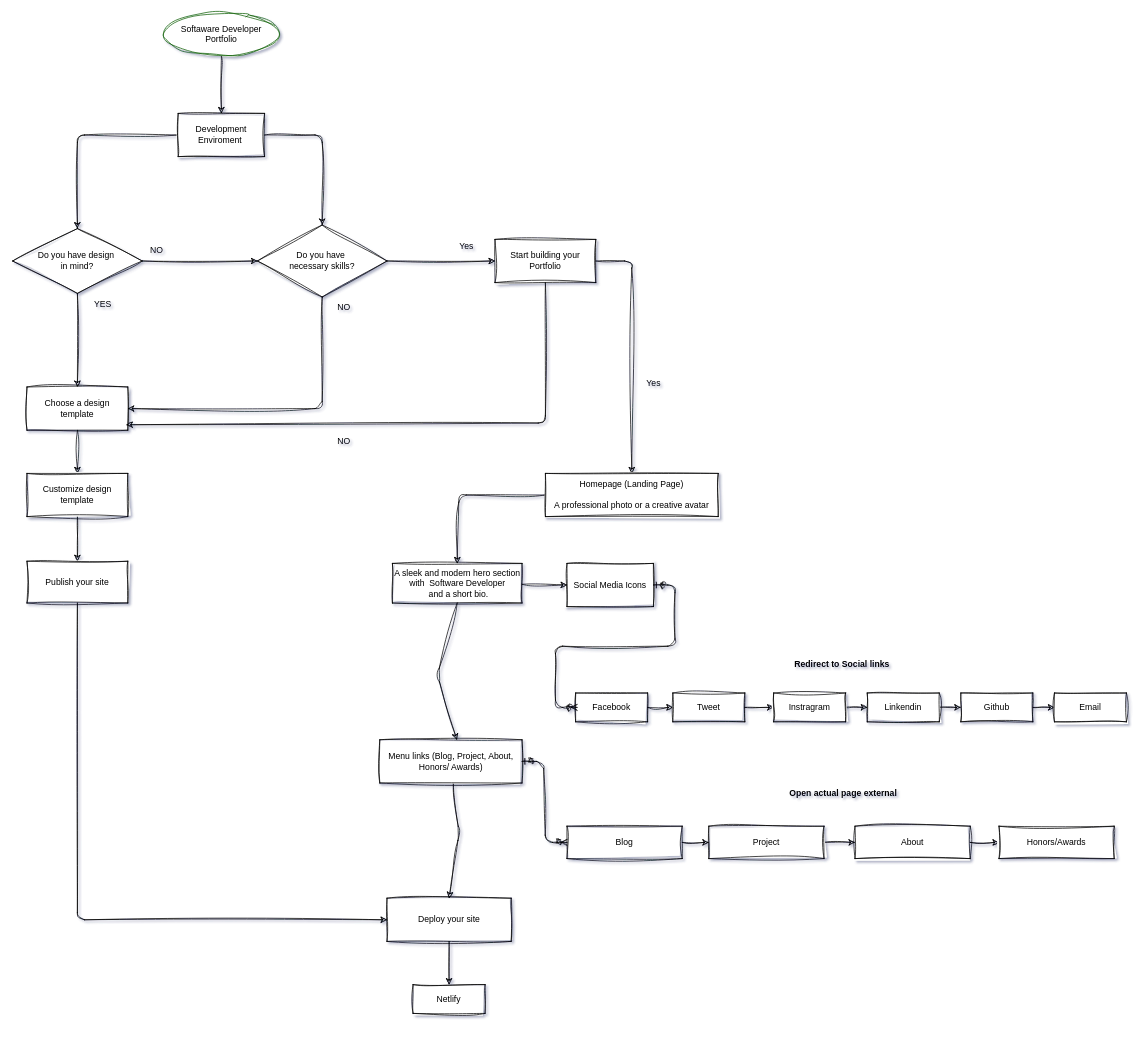
Earlier version of the draw.io diagram page "Page2" (2 of 2) of Logic.drawio (mphiliseni/Spagetti-Monster). Source tidied: cells renumbered, new cells numbered last; positions are measured from the earlier drawing's top-left corner, leaving out a move shared by most shapes. Both pictures are drawn from the tidied source at 72%, with x=0, y=0 at pixel (12, 12).
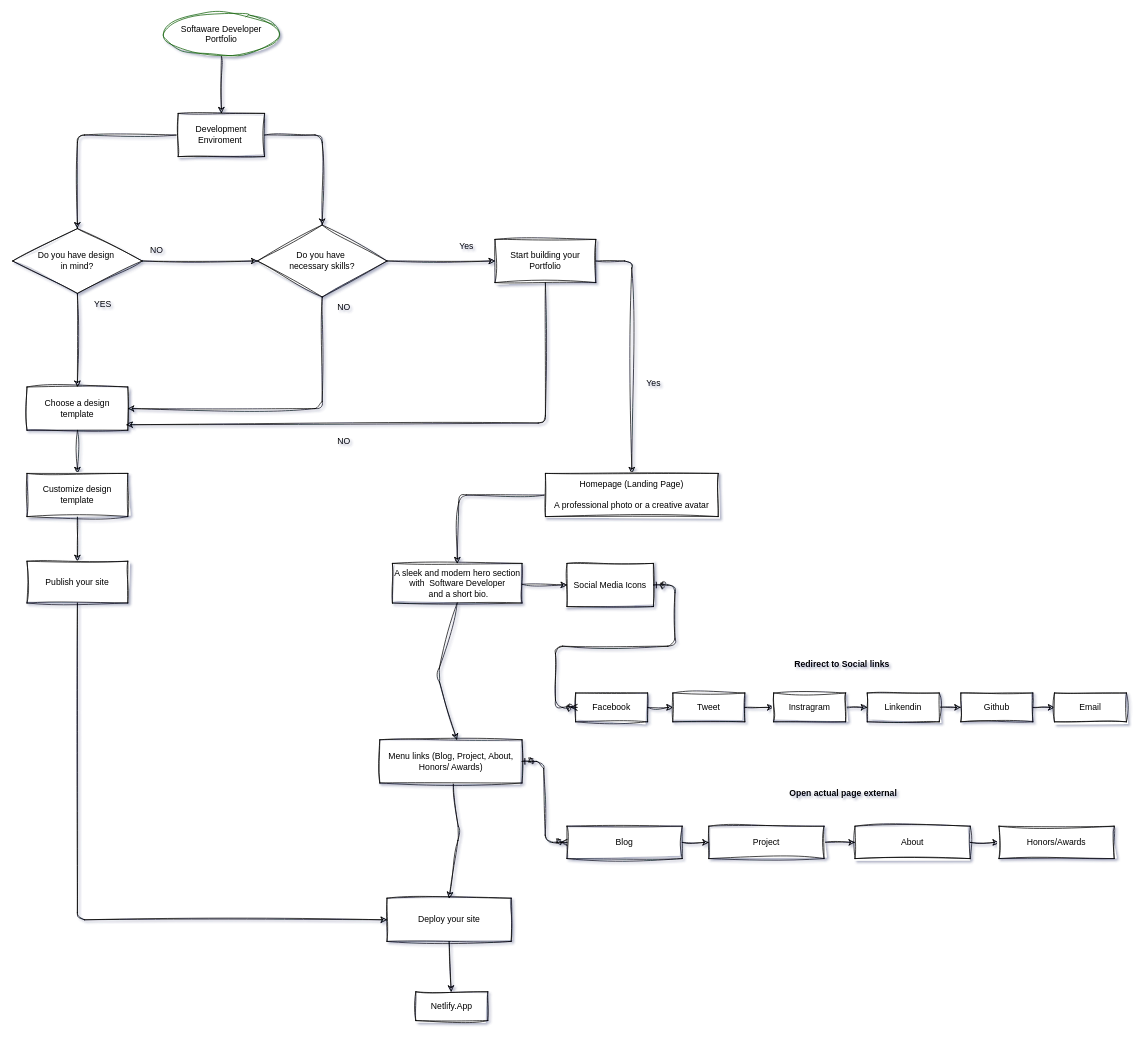
The same diagram, later.

The edit, as a diff of the source:
```diff
@@
-    <mxCell id="58" value="Netlify" style="whiteSpace=wrap;html=1;align=center;sketch=1;curveFitting=1;jiggle=2;" parent="1" vertex="1">
-      <mxGeometry x="556.2" y="1350" width="100" height="40" as="geometry" />
+    <mxCell id="58" value="Netlify.App" style="whiteSpace=wrap;html=1;align=center;sketch=1;curveFitting=1;jiggle=2;" parent="1" vertex="1">
+      <mxGeometry x="560" y="1360" width="100" height="40" as="geometry" />
     </mxCell>
```
